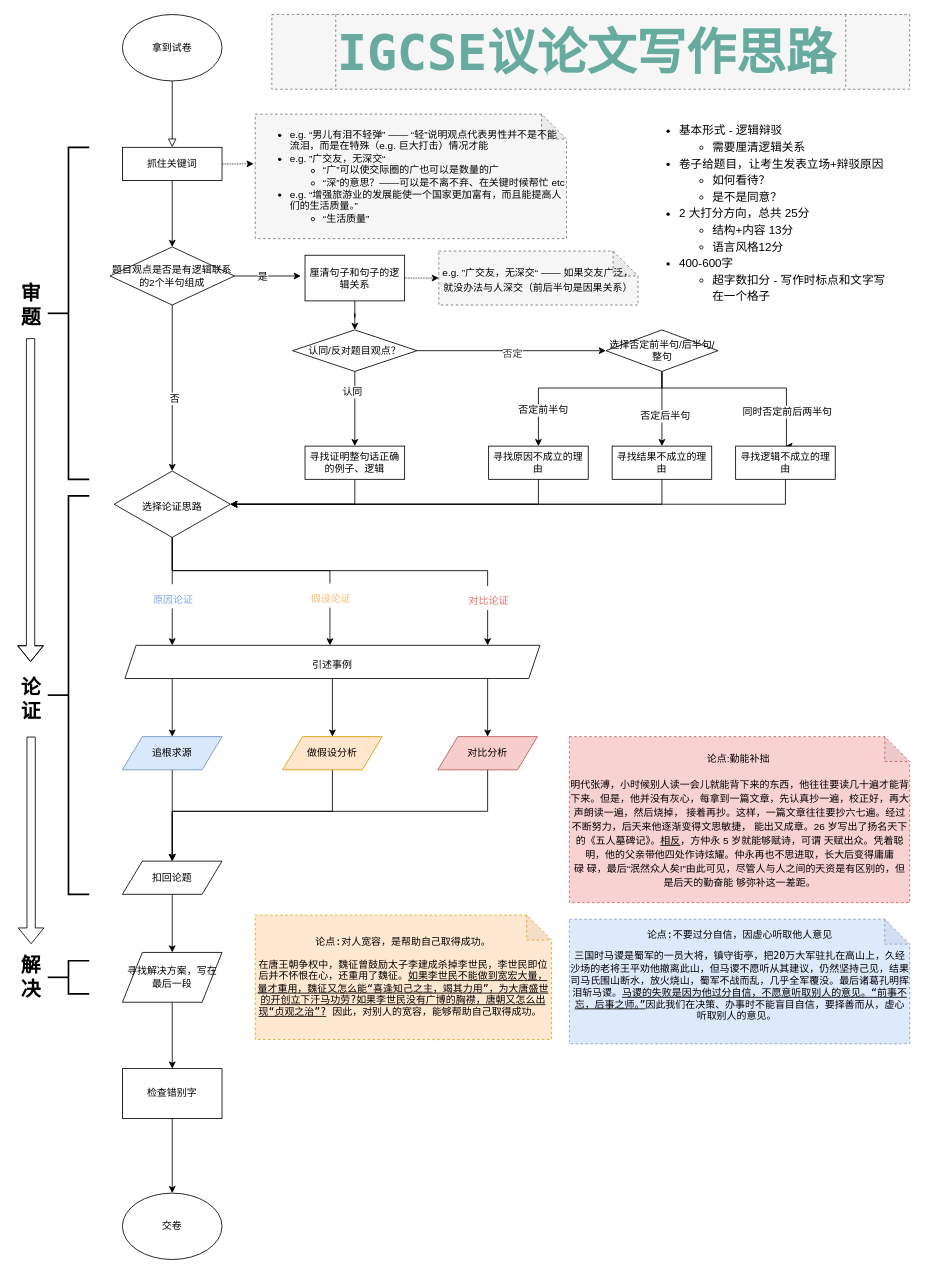
Before: 0509-First-Language-Chinese/IGCSE语文议论文写作.drawio in stevenzhouzh/AProject, a draw.io diagram. Source tidied: cells renumbered, new cells numbered last; positions are measured from the earlier drawing's top-left corner, leaving out a move shared by most shapes. Both pictures are drawn from the tidied source at 83%, with x=0, y=0 at pixel (14, 14).
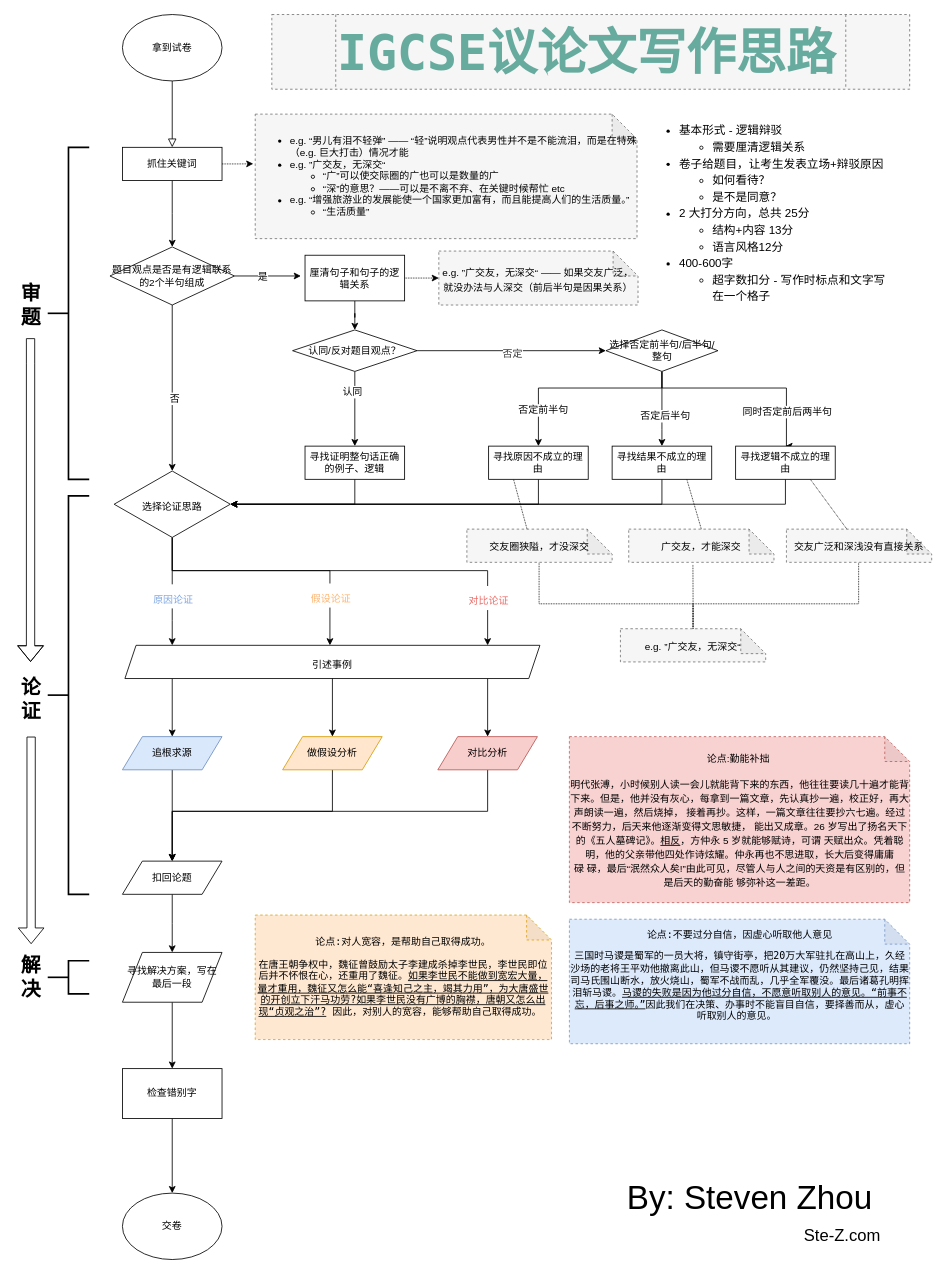
The same diagram, later.

Commit message:
Update IGCSE语文议论文写作.drawio

The change refers to these unchanged cells:
```xml
<mxCell id="60" value="寻找原因不成立的理由" style="rounded=0;whiteSpace=wrap;html=1;fontSize=12;align=center;" parent="1" vertex="1">
  <mxGeometry x="571.2" y="520" width="120" height="40" as="geometry" />
</mxCell>
<mxCell id="62" value="寻找结果不成立的理由" style="rounded=0;whiteSpace=wrap;html=1;fontSize=12;align=center;" parent="1" vertex="1">
  <mxGeometry x="720" y="520" width="120" height="40" as="geometry" />
</mxCell>
<mxCell id="64" value="寻找逻辑不成立的理由" style="rounded=0;whiteSpace=wrap;html=1;fontSize=12;align=center;" parent="1" vertex="1">
  <mxGeometry x="868.8" y="520" width="120" height="40" as="geometry" />
</mxCell>
```

The edit, as a diff of the source:
```diff
@@
     <mxCell id="71" value="&lt;ul style=&quot;font-family: helvetica; font-size: 12px; white-space: normal; color: rgb(0, 0, 0);&quot;&gt;&lt;li&gt;e.g. “男儿有泪不轻弹” —— “轻”说明观点代表男性并不是不能流泪，而是在特殊（e.g. 巨大打击）情况才能&lt;/li&gt;&lt;li&gt;e.g. ”广交友，无深交“&amp;nbsp;&lt;/li&gt;&lt;ul&gt;&lt;li&gt;“广”可以使交际圈的广也可以是数量的广&lt;/li&gt;&lt;li&gt;“深”的意思？——可以是不离不弃、在关键时候帮忙 etc&lt;/li&gt;&lt;/ul&gt;&lt;li&gt;e.g. “增强旅游业的发展能使一个国家更加富有，而且能提高人们的生活质量。”&lt;/li&gt;&lt;ul&gt;&lt;li&gt;“生活质量”&lt;/li&gt;&lt;/ul&gt;&lt;/ul&gt;" style="shape=note;whiteSpace=wrap;html=1;backgroundOutline=1;darkOpacity=0.05;rounded=0;shadow=0;dashed=1;comic=0;strokeColor=#666666;fillColor=#f5f5f5;fontFamily=Lucida Console;fontSize=60;fontColor=#333333;opacity=90;align=left;" parent="1" vertex="1">
-      <mxGeometry x="290" y="120" width="375" height="150" as="geometry" />
+      <mxGeometry x="290" y="120" width="460" height="150" as="geometry" />
     </mxCell>
@@
+    <mxCell id="74" style="edgeStyle=orthogonalEdgeStyle;rounded=0;jettySize=auto;html=1;exitX=0.5;exitY=0;exitDx=0;exitDy=0;exitPerimeter=0;dashed=1;dashPattern=1 1;endArrow=none;endFill=0;" parent="1" edge="1" source="77" target="79">
+      <mxGeometry relative="1" as="geometry">
+        <Array as="points">
+          <mxPoint x="818" y="710" />
+          <mxPoint x="632" y="710" />
+        </Array>
+      </mxGeometry>
+    </mxCell>
+    <mxCell id="75" style="edgeStyle=orthogonalEdgeStyle;rounded=0;jettySize=auto;html=1;dashed=1;dashPattern=1 1;endArrow=none;endFill=0;" parent="1" edge="1" source="77" target="78">
+      <mxGeometry relative="1" as="geometry">
+        <Array as="points">
+          <mxPoint x="818" y="710" />
+          <mxPoint x="1017" y="710" />
+        </Array>
+      </mxGeometry>
+    </mxCell>
+    <mxCell id="76" style="edgeStyle=orthogonalEdgeStyle;rounded=0;jettySize=auto;html=1;entryX=0.442;entryY=1.079;entryDx=0;entryDy=0;entryPerimeter=0;dashed=1;dashPattern=1 1;endArrow=none;endFill=0;" parent="1" edge="1" source="77" target="80">
+      <mxGeometry relative="1" as="geometry" />
+    </mxCell>
+    <mxCell id="77" value="&lt;p class=&quot;p1&quot; style=&quot;margin: 0px ; font-stretch: normal ; font-size: 12px ; line-height: normal ; font-family: &amp;#34;pingfang sc light&amp;#34; ; color: rgb(0 , 0 , 0) ; white-space: normal&quot;&gt;&lt;span class=&quot;s1&quot; style=&quot;font-stretch: normal ; line-height: normal ; font-family: &amp;#34;helvetica neue light&amp;#34;&quot;&gt;e.g. &lt;/span&gt;”广交友，无深交“&lt;/p&gt;" style="shape=note;whiteSpace=wrap;html=1;backgroundOutline=1;darkOpacity=0.05;rounded=0;shadow=0;dashed=1;comic=0;strokeColor=#666666;fillColor=#f5f5f5;fontFamily=Lucida Console;fontSize=60;fontColor=#333333;opacity=90;" parent="1" vertex="1">
+      <mxGeometry x="730" y="740" width="175" height="40" as="geometry" />
+    </mxCell>
+    <mxCell id="78" value="&lt;p class=&quot;p1&quot; style=&quot;margin: 0px ; font-stretch: normal ; font-size: 12px ; line-height: normal ; color: rgb(0 , 0 , 0) ; white-space: normal&quot;&gt;&lt;font face=&quot;helvetica neue light&quot;&gt;交友广泛和深浅没有直接关系&lt;/font&gt;&lt;/p&gt;" style="shape=note;whiteSpace=wrap;html=1;backgroundOutline=1;darkOpacity=0.05;rounded=0;shadow=0;dashed=1;comic=0;strokeColor=#666666;fillColor=#f5f5f5;fontFamily=Lucida Console;fontSize=60;fontColor=#333333;opacity=90;" parent="1" vertex="1">
+      <mxGeometry x="930" y="620" width="175" height="40" as="geometry" />
+    </mxCell>
+    <mxCell id="79" value="&lt;p class=&quot;p1&quot; style=&quot;margin: 0px ; font-stretch: normal ; font-size: 12px ; line-height: normal ; color: rgb(0 , 0 , 0) ; white-space: normal&quot;&gt;&lt;font face=&quot;helvetica neue light&quot;&gt;交友圈狭隘，才没深交&lt;/font&gt;&lt;/p&gt;" style="shape=note;whiteSpace=wrap;html=1;backgroundOutline=1;darkOpacity=0.05;rounded=0;shadow=0;dashed=1;comic=0;strokeColor=#666666;fillColor=#f5f5f5;fontFamily=Lucida Console;fontSize=60;fontColor=#333333;opacity=90;" parent="1" vertex="1">
+      <mxGeometry x="545" y="620" width="175" height="40" as="geometry" />
+    </mxCell>
+    <mxCell id="80" value="&lt;p class=&quot;p1&quot; style=&quot;margin: 0px ; font-stretch: normal ; font-size: 12px ; line-height: normal ; font-family: &amp;#34;pingfang sc light&amp;#34; ; color: rgb(0 , 0 , 0) ; white-space: normal&quot;&gt;广交友，才能深交&lt;/p&gt;" style="shape=note;whiteSpace=wrap;html=1;backgroundOutline=1;darkOpacity=0.05;rounded=0;shadow=0;dashed=1;comic=0;strokeColor=#666666;fillColor=#f5f5f5;fontFamily=Lucida Console;fontSize=60;fontColor=#333333;opacity=90;" parent="1" vertex="1">
+      <mxGeometry x="740" y="620" width="175" height="40" as="geometry" />
+    </mxCell>
+    <mxCell id="81" style="endArrow=none;dashed=1;html=1;dashPattern=1 1;entryX=0.25;entryY=1;entryDx=0;entryDy=0;exitX=0;exitY=0;exitDx=72.5;exitDy=0;exitPerimeter=0;" parent="1" edge="1" source="79" target="60">
+      <mxGeometry relative="1" as="geometry" />
+    </mxCell>
+    <mxCell id="82" style="endArrow=none;dashed=1;html=1;dashPattern=1 1;entryX=0.75;entryY=1;entryDx=0;entryDy=0;" parent="1" edge="1" source="78" target="64">
+      <mxGeometry relative="1" as="geometry" />
+    </mxCell>
+    <mxCell id="83" style="endArrow=none;dashed=1;html=1;dashPattern=1 1;entryX=0.75;entryY=1;entryDx=0;entryDy=0;exitX=0.5;exitY=0;exitDx=0;exitDy=0;exitPerimeter=0;" parent="1" edge="1" source="80" target="62">
+      <mxGeometry relative="1" as="geometry" />
+    </mxCell>
+    <mxCell id="84" value="&lt;font style=&quot;font-size: 40px;&quot;&gt;By: Steven Zhou&lt;/font&gt;" style="text;html=1;strokeColor=none;fillColor=none;align=center;verticalAlign=middle;whiteSpace=wrap;rounded=0;fontSize=40;" parent="1" vertex="1">
+      <mxGeometry x="730" y="1400" width="311.5" height="50" as="geometry" />
+    </mxCell>
+    <mxCell id="85" value="&lt;font style=&quot;font-size: 20px&quot;&gt;Ste-Z.com&lt;/font&gt;" style="text;html=1;strokeColor=none;fillColor=none;align=center;verticalAlign=middle;whiteSpace=wrap;rounded=0;fontSize=20;" parent="1" vertex="1">
+      <mxGeometry x="940" y="1460" width="115" height="20" as="geometry" />
+    </mxCell>
```
